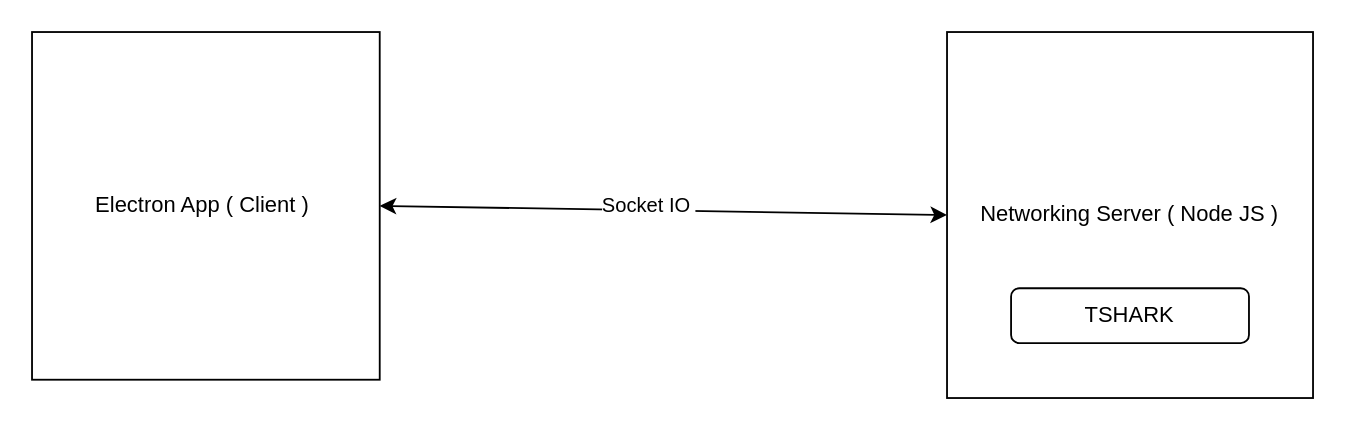
Earlier version of the draw.io diagram architecture.drawio (lakshyarawat1/Guard-Shield). Source tidied: cells renumbered, new cells numbered last; positions are measured from the earlier drawing's top-left corner, leaving out a move shared by most shapes. Both pictures are drawn from the tidied source at 183%, with x=0, y=0 at pixel (31, 31).
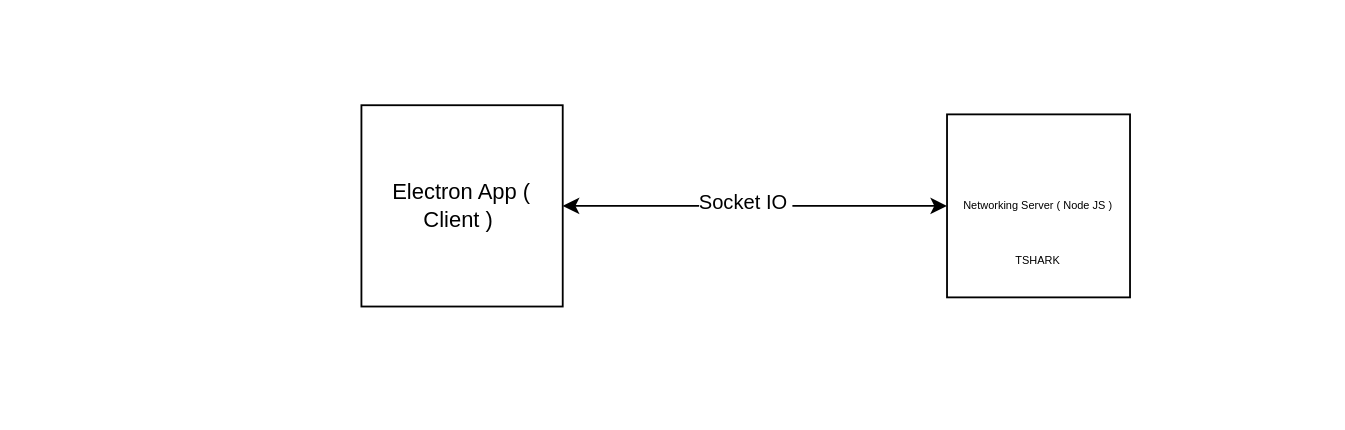
Above is the later version.

What changed in the source:
```diff
@@
 <mxGraphModel>
   <root>
     <mxCell id="0" />
     <mxCell id="1" parent="0" />
     <mxCell id="2" value="Electron App ( Client )&amp;nbsp;" style="whiteSpace=wrap;html=1;" parent="1" vertex="1">
-      <mxGeometry width="190" height="190" as="geometry" />
+      <mxGeometry x="180" y="40" width="110" height="110" as="geometry" />
     </mxCell>
-    <mxCell id="3" value="Networking Server ( Node JS )" style="whiteSpace=wrap;html=1;" parent="1" vertex="1">
-      <mxGeometry x="500" width="200" height="200" as="geometry" />
+    <mxCell id="3" value="Networking Server ( Node JS )" style="whiteSpace=wrap;html=1;fontSize=6;" parent="1" vertex="1">
+      <mxGeometry x="500" y="45" width="100" height="100" as="geometry" />
     </mxCell>
     <mxCell id="4" style="endArrow=classic;startArrow=classic;html=1;exitX=1;exitY=0.5;exitDx=0;exitDy=0;entryX=0;entryY=0.5;entryDx=0;entryDy=0;" parent="1" edge="1" source="2" target="3">
       <mxGeometry relative="1" as="geometry" />
     </mxCell>
     <mxCell id="5" value="Socket IO&amp;nbsp;&lt;br&gt;" style="edgeLabel;html=1;align=center;verticalAlign=middle;" parent="4" vertex="1">
       <mxGeometry x="-0.06" y="3" relative="1" as="geometry" />
     </mxCell>
-    <mxCell id="6" value="TSHARK" style="rounded=1;whiteSpace=wrap;html=1;" parent="1" vertex="1">
-      <mxGeometry x="535" y="140" width="130" height="30" as="geometry" />
+    <mxCell id="6" value="TSHARK" style="rounded=1;whiteSpace=wrap;html=1;strokeColor=none;fontSize=6;" parent="1" vertex="1">
+      <mxGeometry x="525" y="120" width="50" height="10" as="geometry" />
     </mxCell>
   </root>
 </mxGraphModel>
```
